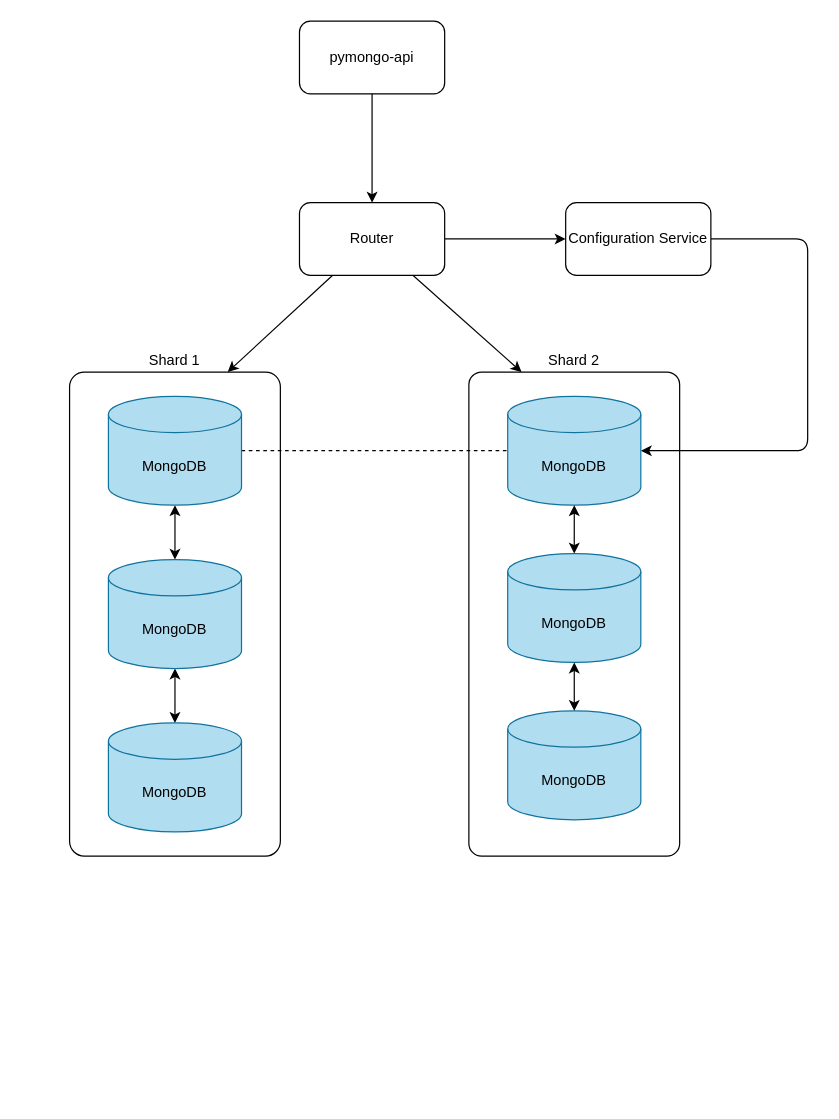
Above: page "Option 2" (2 of 3) of tasks.drawio in binom1982/yandex-practicum-architecture-pro--black_friday (draw.io), before the change. Source tidied: cells renumbered, new cells numbered last; positions are measured from the earlier drawing's top-left corner, leaving out a move shared by most shapes. Both pictures are drawn from the tidied source at 121%, with x=0, y=0 at pixel (69, 21).
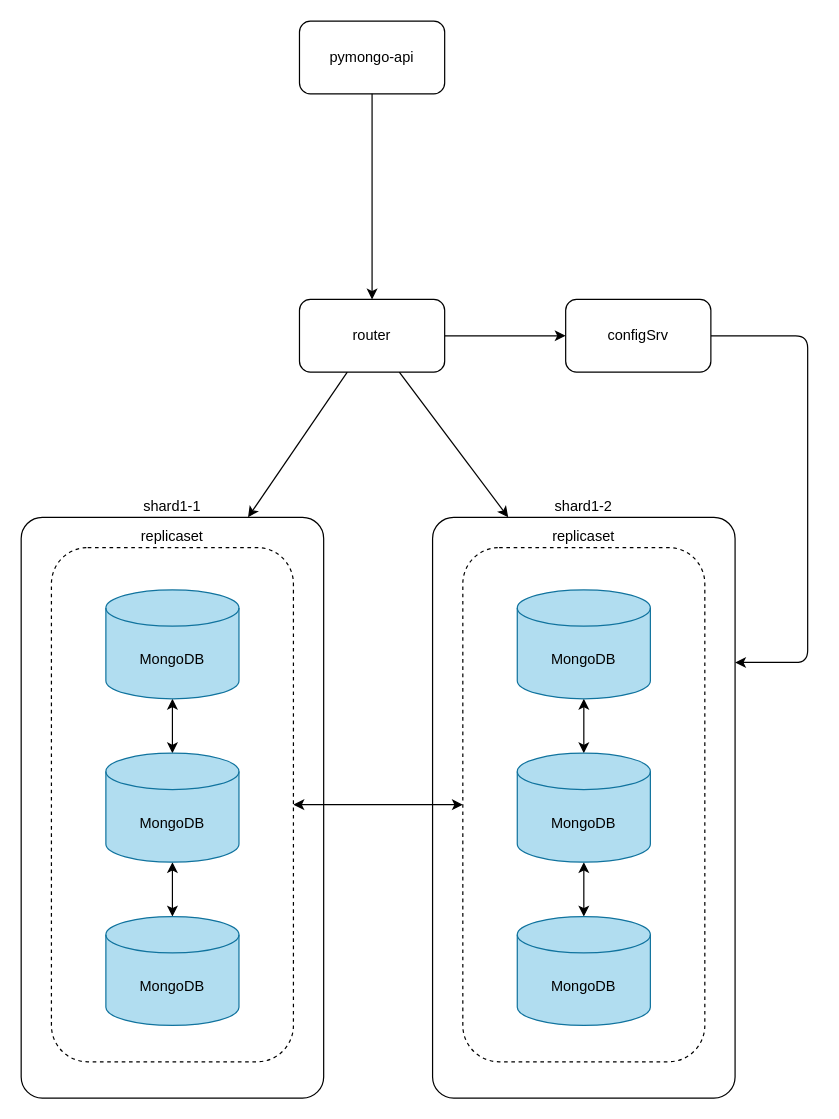
The same page after the edit.

Unchanged cells that the change refers to:
```xml
<mxCell id="3" value="pymongo-api" style="rounded=1;whiteSpace=wrap;html=1;" parent="1" vertex="1">
  <mxGeometry x="190" width="120" height="60" as="geometry" />
</mxCell>
```

The edit, as a diff of the source:
```diff
@@
-    <mxCell id="2" value="Shard 2" style="rounded=1;whiteSpace=wrap;html=1;labelPosition=center;verticalLabelPosition=top;align=center;verticalAlign=bottom;arcSize=6;" parent="1" vertex="1">
-      <mxGeometry x="330" y="290" width="174.2" height="400" as="geometry" />
-    </mxCell>
+    <mxCell id="23" value="shard1-1" style="rounded=1;whiteSpace=wrap;html=1;labelPosition=center;verticalLabelPosition=top;align=center;verticalAlign=bottom;arcSize=7;" parent="1" vertex="1">
+      <mxGeometry x="-40" y="410" width="250" height="480" as="geometry" />
+    </mxCell>
+    <mxCell id="24" value="replicaset" style="rounded=1;whiteSpace=wrap;html=1;labelPosition=center;verticalLabelPosition=top;align=center;verticalAlign=bottom;dashed=1;" parent="23" vertex="1">
+      <mxGeometry x="25" y="25" width="200" height="425" as="geometry" />
+    </mxCell>
+    <mxCell id="25" style="edgeStyle=none;html=1;startArrow=classic;startFill=1;" parent="24" edge="1" source="26" target="28">
+      <mxGeometry relative="1" as="geometry" />
+    </mxCell>
+    <mxCell id="26" value="MongoDB" style="shape=cylinder3;whiteSpace=wrap;html=1;boundedLbl=1;backgroundOutline=1;size=15;fillColor=#b1ddf0;strokeColor=#10739e;" parent="24" vertex="1">
+      <mxGeometry x="45" y="35" width="110" height="90" as="geometry" />
+    </mxCell>
+    <mxCell id="27" style="edgeStyle=none;html=1;startArrow=classic;startFill=1;" parent="24" edge="1" source="28" target="29">
+      <mxGeometry relative="1" as="geometry" />
+    </mxCell>
+    <mxCell id="28" value="MongoDB" style="shape=cylinder3;whiteSpace=wrap;html=1;boundedLbl=1;backgroundOutline=1;size=15;fillColor=#b1ddf0;strokeColor=#10739e;" parent="24" vertex="1">
+      <mxGeometry x="45" y="170" width="110" height="90" as="geometry" />
+    </mxCell>
+    <mxCell id="29" value="MongoDB" style="shape=cylinder3;whiteSpace=wrap;html=1;boundedLbl=1;backgroundOutline=1;size=15;fillColor=#b1ddf0;strokeColor=#10739e;" parent="24" vertex="1">
+      <mxGeometry x="45" y="305" width="110" height="90" as="geometry" />
+    </mxCell>
@@
-    <mxCell id="4" style="edgeStyle=orthogonalEdgeStyle;rounded=0;jettySize=auto;html=1;exitX=0.5;exitY=1;exitDx=0;exitDy=0;" parent="1" edge="1" source="3" target="8">
-      <mxGeometry relative="1" as="geometry" />
-    </mxCell>
-    <mxCell id="5" style="edgeStyle=none;html=1;entryX=0.75;entryY=0;entryDx=0;entryDy=0;" parent="1" edge="1" source="8" target="11">
-      <mxGeometry relative="1" as="geometry" />
-    </mxCell>
-    <mxCell id="6" style="edgeStyle=none;html=1;entryX=0.25;entryY=0;entryDx=0;entryDy=0;" parent="1" edge="1" source="8" target="2">
-      <mxGeometry relative="1" as="geometry" />
-    </mxCell>
-    <mxCell id="7" style="edgeStyle=none;html=1;entryX=0;entryY=0.5;entryDx=0;entryDy=0;" parent="1" edge="1" source="8" target="10">
-      <mxGeometry relative="1" as="geometry" />
-    </mxCell>
-    <mxCell id="8" value="Router" style="rounded=1;whiteSpace=wrap;html=1;" parent="1" vertex="1">
-      <mxGeometry x="190" y="150" width="120" height="60" as="geometry" />
-    </mxCell>
-    <mxCell id="9" style="edgeStyle=none;html=1;entryX=1;entryY=0.5;entryDx=0;entryDy=0;entryPerimeter=0;exitX=1;exitY=0.5;exitDx=0;exitDy=0;" parent="1" edge="1" source="10" target="12">
-      <mxGeometry relative="1" as="geometry">
-        <Array as="points">
-          <mxPoint x="610" y="180" />
-          <mxPoint x="610" y="355" />
-        </Array>
-      </mxGeometry>
-    </mxCell>
-    <mxCell id="10" value="Configuration Service" style="rounded=1;whiteSpace=wrap;html=1;" parent="1" vertex="1">
-      <mxGeometry x="410" y="150" width="120" height="60" as="geometry" />
-    </mxCell>
-    <mxCell id="11" value="Shard 1" style="rounded=1;whiteSpace=wrap;html=1;labelPosition=center;verticalLabelPosition=top;align=center;verticalAlign=bottom;arcSize=7;" parent="1" vertex="1">
-      <mxGeometry y="290" width="174.2" height="400" as="geometry" />
-    </mxCell>
-    <mxCell id="12" value="MongoDB" style="shape=cylinder3;whiteSpace=wrap;html=1;boundedLbl=1;backgroundOutline=1;size=15;fillColor=#b1ddf0;strokeColor=#10739e;" parent="1" vertex="1">
-      <mxGeometry x="362.1" y="310" width="110" height="90" as="geometry" />
-    </mxCell>
-    <mxCell id="13" style="edgeStyle=none;html=1;endArrow=none;endFill=0;dashed=1;" parent="1" edge="1" source="15" target="12">
-      <mxGeometry relative="1" as="geometry" />
-    </mxCell>
-    <mxCell id="14" style="edgeStyle=none;html=1;startArrow=classic;startFill=1;" parent="1" edge="1" source="15" target="17">
-      <mxGeometry relative="1" as="geometry" />
-    </mxCell>
-    <mxCell id="15" value="MongoDB" style="shape=cylinder3;whiteSpace=wrap;html=1;boundedLbl=1;backgroundOutline=1;size=15;fillColor=#b1ddf0;strokeColor=#10739e;" parent="1" vertex="1">
-      <mxGeometry x="32.1" y="310" width="110" height="90" as="geometry" />
-    </mxCell>
-    <mxCell id="16" style="edgeStyle=none;html=1;startArrow=classic;startFill=1;" parent="1" edge="1" source="17" target="18">
-      <mxGeometry relative="1" as="geometry" />
-    </mxCell>
-    <mxCell id="17" value="MongoDB" style="shape=cylinder3;whiteSpace=wrap;html=1;boundedLbl=1;backgroundOutline=1;size=15;fillColor=#b1ddf0;strokeColor=#10739e;" parent="1" vertex="1">
-      <mxGeometry x="32.1" y="445" width="110" height="90" as="geometry" />
-    </mxCell>
-    <mxCell id="18" value="MongoDB" style="shape=cylinder3;whiteSpace=wrap;html=1;boundedLbl=1;backgroundOutline=1;size=15;fillColor=#b1ddf0;strokeColor=#10739e;" parent="1" vertex="1">
-      <mxGeometry x="32.1" y="580" width="110" height="90" as="geometry" />
-    </mxCell>
-    <mxCell id="19" value="MongoDB" style="shape=cylinder3;whiteSpace=wrap;html=1;boundedLbl=1;backgroundOutline=1;size=15;fillColor=#b1ddf0;strokeColor=#10739e;" parent="1" vertex="1">
-      <mxGeometry x="362.1" y="440" width="110" height="90" as="geometry" />
-    </mxCell>
-    <mxCell id="20" value="MongoDB" style="shape=cylinder3;whiteSpace=wrap;html=1;boundedLbl=1;backgroundOutline=1;size=15;fillColor=#b1ddf0;strokeColor=#10739e;" parent="1" vertex="1">
-      <mxGeometry x="362.1" y="570" width="110" height="90" as="geometry" />
-    </mxCell>
-    <mxCell id="21" style="edgeStyle=none;html=1;entryX=0.5;entryY=0;entryDx=0;entryDy=0;entryPerimeter=0;startArrow=classic;startFill=1;" parent="1" edge="1" source="12" target="19">
-      <mxGeometry relative="1" as="geometry" />
-    </mxCell>
-    <mxCell id="22" style="edgeStyle=none;html=1;entryX=0.5;entryY=0;entryDx=0;entryDy=0;entryPerimeter=0;startArrow=classic;startFill=1;" parent="1" edge="1" source="19" target="20">
-      <mxGeometry relative="1" as="geometry" />
-    </mxCell>
+    <mxCell id="30" style="edgeStyle=orthogonalEdgeStyle;rounded=0;jettySize=auto;html=1;exitX=0.5;exitY=1;exitDx=0;exitDy=0;entryX=0.5;entryY=0;entryDx=0;entryDy=0;" parent="1" edge="1" source="3" target="34">
+      <mxGeometry relative="1" as="geometry" />
+    </mxCell>
+    <mxCell id="31" style="edgeStyle=none;html=1;entryX=0.75;entryY=0;entryDx=0;entryDy=0;" parent="1" edge="1" source="34" target="23">
+      <mxGeometry relative="1" as="geometry" />
+    </mxCell>
+    <mxCell id="32" style="edgeStyle=none;html=1;entryX=0.25;entryY=0;entryDx=0;entryDy=0;" parent="1" edge="1" source="34" target="37">
+      <mxGeometry relative="1" as="geometry" />
+    </mxCell>
+    <mxCell id="33" style="edgeStyle=none;html=1;entryX=0;entryY=0.5;entryDx=0;entryDy=0;" parent="1" edge="1" source="34" target="36">
+      <mxGeometry relative="1" as="geometry" />
+    </mxCell>
+    <mxCell id="34" value="router" style="rounded=1;whiteSpace=wrap;html=1;" parent="1" vertex="1">
+      <mxGeometry x="190" y="230" width="120" height="60" as="geometry" />
+    </mxCell>
+    <mxCell id="35" style="edgeStyle=none;html=1;exitX=1;exitY=0.5;exitDx=0;exitDy=0;entryX=1;entryY=0.25;entryDx=0;entryDy=0;" parent="1" edge="1" source="36" target="37">
+      <mxGeometry relative="1" as="geometry">
+        <Array as="points">
+          <mxPoint x="610" y="260" />
+          <mxPoint x="610" y="530" />
+        </Array>
+      </mxGeometry>
+    </mxCell>
+    <mxCell id="36" value="configSrv" style="rounded=1;whiteSpace=wrap;html=1;" parent="1" vertex="1">
+      <mxGeometry x="410" y="230" width="120" height="60" as="geometry" />
+    </mxCell>
+    <mxCell id="37" value="shard1-2" style="rounded=1;whiteSpace=wrap;html=1;labelPosition=center;verticalLabelPosition=top;align=center;verticalAlign=bottom;arcSize=7;" parent="1" vertex="1">
+      <mxGeometry x="300" y="410" width="250" height="480" as="geometry" />
+    </mxCell>
+    <mxCell id="38" value="replicaset" style="rounded=1;whiteSpace=wrap;html=1;labelPosition=center;verticalLabelPosition=top;align=center;verticalAlign=bottom;dashed=1;" parent="37" vertex="1">
+      <mxGeometry x="25" y="25" width="200" height="425" as="geometry" />
+    </mxCell>
+    <mxCell id="39" style="edgeStyle=none;html=1;startArrow=classic;startFill=1;" parent="38" edge="1" source="40" target="42">
+      <mxGeometry relative="1" as="geometry" />
+    </mxCell>
+    <mxCell id="40" value="MongoDB" style="shape=cylinder3;whiteSpace=wrap;html=1;boundedLbl=1;backgroundOutline=1;size=15;fillColor=#b1ddf0;strokeColor=#10739e;" parent="38" vertex="1">
+      <mxGeometry x="45" y="35" width="110" height="90" as="geometry" />
+    </mxCell>
+    <mxCell id="41" style="edgeStyle=none;html=1;startArrow=classic;startFill=1;" parent="38" edge="1" source="42" target="43">
+      <mxGeometry relative="1" as="geometry" />
+    </mxCell>
+    <mxCell id="42" value="MongoDB" style="shape=cylinder3;whiteSpace=wrap;html=1;boundedLbl=1;backgroundOutline=1;size=15;fillColor=#b1ddf0;strokeColor=#10739e;" parent="38" vertex="1">
+      <mxGeometry x="45" y="170" width="110" height="90" as="geometry" />
+    </mxCell>
+    <mxCell id="43" value="MongoDB" style="shape=cylinder3;whiteSpace=wrap;html=1;boundedLbl=1;backgroundOutline=1;size=15;fillColor=#b1ddf0;strokeColor=#10739e;" parent="38" vertex="1">
+      <mxGeometry x="45" y="305" width="110" height="90" as="geometry" />
+    </mxCell>
+    <mxCell id="44" style="edgeStyle=none;html=1;entryX=0;entryY=0.5;entryDx=0;entryDy=0;startArrow=classic;startFill=1;" parent="1" edge="1" source="24" target="38">
+      <mxGeometry relative="1" as="geometry" />
+    </mxCell>
```
